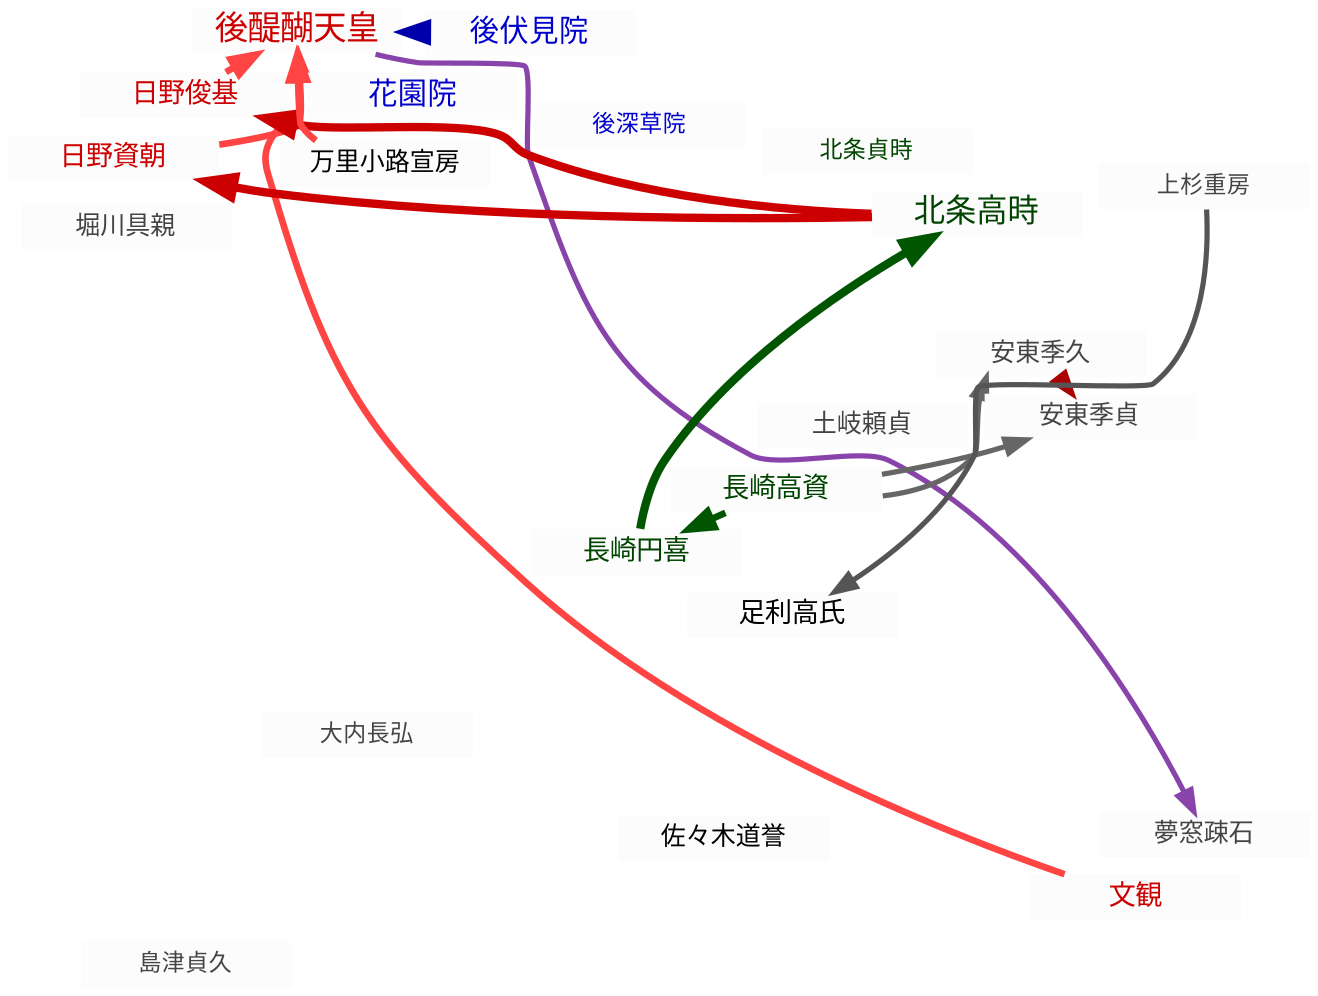
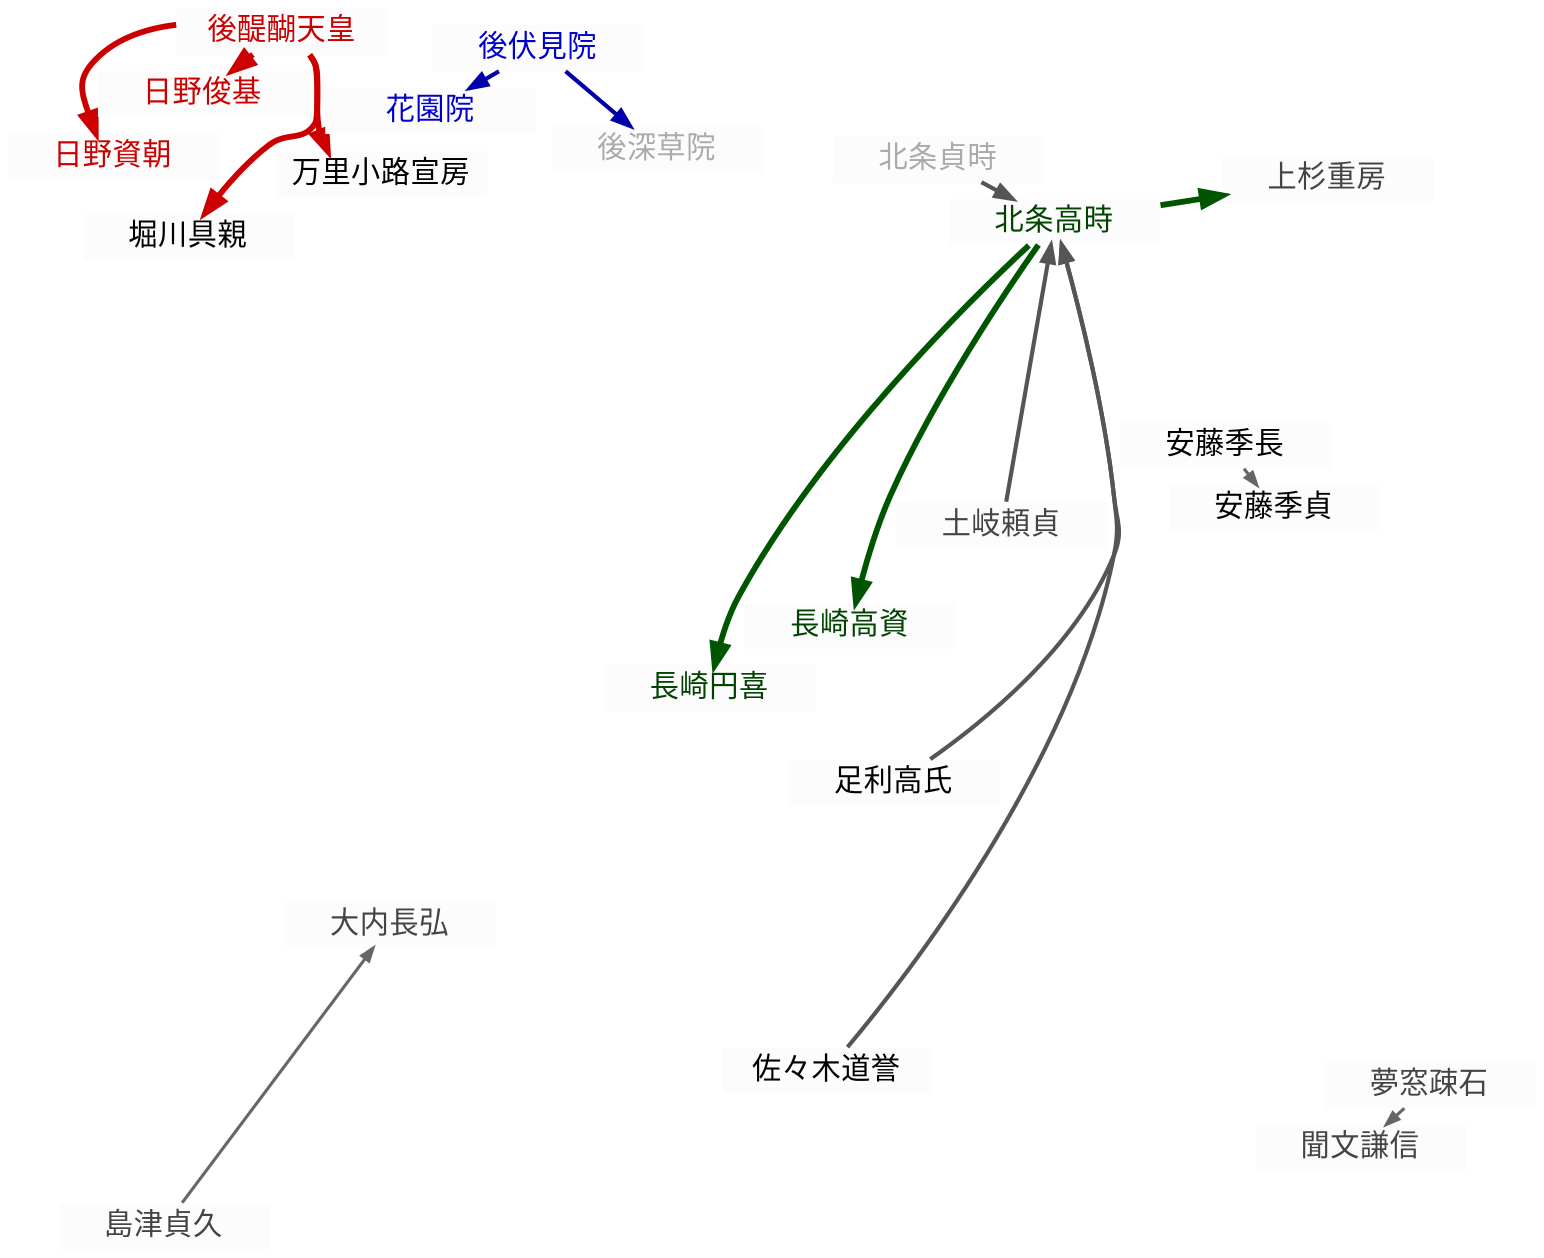
digraph timeline_1324_09 {
    # 1. 全体設定
    graph [
        charset = "UTF-8";
        layout = neato;
        overlap = false;
        sep = "+4";
        bgcolor = "#ffffff";
        splines = true;
    ];

    # 2. ノードデフォルト設定
    node [
        shape = box;
        style = "filled";
        fillcolor = "#fcfcfc";
        color = "#fcfcfc";
        penwidth = 0.1;
        fontname = "sans-serif";
        width = 1.4;
        height = 0.3;
        fixedsize = true;
    ];

    # 3. エッジデフォルト設定
    edge [
        dir = forward;
        arrowhead = normal;
        fontname = "sans-serif";
-         fontsize = 10;
    ];

-     # ==========================================
-     # 4. ノード定義 (CSVのX,Y座標をそのままposに反映)
-     # ==========================================
+     # 4. ノード定義
+     # 大覚寺統・討幕過激派
+     godaigo_tenno        [label="後醍醐天皇", pos="-4.82,6.44!", fontcolor="#cc0000", tooltip="大覚寺統。討幕を画策する。", URL="https://ja.wikipedia.org/wiki/後醍醐天皇", target="_blank"];
+     hino_suketomo        [label="日野資朝", pos="-5.88,5.62!", fontcolor="#cc0000", tooltip="討幕計画の主要人物。", URL="https://ja.wikipedia.org/wiki/日野資朝", target="_blank"];
+     hino_toshimoto       [label="日野俊基", pos="-5.41,5.94!", fontcolor="#cc0000", tooltip="討幕計画の主要人物。", URL="https://ja.wikipedia.org/wiki/日野俊基", target="_blank"];
+     madenokoji_nobufusa  [label="万里小路宣房", pos="-4.12,5.21!", fontcolor="#000000", tooltip="後醍醐の側近。", URL="https://ja.wikipedia.org/wiki/万里小路宣房", target="_blank"];
+     horikawa_tomochika   [label="堀川具親", pos="-5.15,4.85!", fontcolor="#000000", tooltip="公卿。", URL="https://ja.wikipedia.org/wiki/堀川具親", target="_blank"];

-     # --- 大覚寺統・討幕過激派 (fontcolor = "#cc0000") ---
-     godaigo_tenno        [label="後醍醐天皇", pos="-4.82,6.44!", fontcolor="#cc0000", fontsize=16, tooltip="大覚寺統の天皇。密かに討幕を計画。", URL="https://ja.wikipedia.org/wiki/後醍醐天皇", target="_blank"];
-     hino_suketomo        [label="日野資朝", pos="-5.88,5.62!", fontcolor="#cc0000", fontsize=13, tooltip="天皇の側近。無礼講を主宰し討幕を謀る。", URL="https://ja.wikipedia.org/wiki/日野資朝", target="_blank"];
-     hino_toshimoto       [label="日野俊基", pos="-5.41,5.94!", fontcolor="#cc0000", fontsize=13, tooltip="天皇の側近。資朝とともに討幕運動を推進。", URL="https://ja.wikipedia.org/wiki/日野俊基", target="_blank"];
-     monbun_kenshin       [label="文観", pos="5.82,-4.42!", fontcolor="#cc0000", fontsize=13, tooltip="醍醐寺の僧。真言密教を以て後醍醐を祈祷・調伏で支える。", URL="https://ja.wikipedia.org/wiki/文観", target="_blank"];
+     # 持明院統
+     gofushimi_in         [label="後伏見院", pos="-2.81,6.14!", fontcolor="#0000cc", tooltip="持明院統。幕府の支持を受ける。", URL="https://ja.wikipedia.org/wiki/後伏見天皇", target="_blank"];
+     hanazono_in          [label="花園院", pos="-3.24,5.88!", fontcolor="#0000cc", tooltip="持明院統。", URL="https://ja.wikipedia.org/wiki/花園天皇", target="_blank"];
+     gofukakusa_in        [label="後深草院", pos="-2.11,5.66!", fontcolor="#aaaaaa", tooltip="持明院統。", URL="https://ja.wikipedia.org/wiki/後深草天皇", target="_blank"];

-     # --- 持明院統 (fontcolor = "#0000cc") ---
-     gofushimi_in         [label="後伏見院", pos="-2.81,6.14!", fontcolor="#0000cc", fontsize=14, tooltip="持明院統の院。大覚寺統の動きを警戒。", URL="https://ja.wikipedia.org/wiki/後伏見天皇", target="_blank"];
-     hanazono_in          [label="花園院", pos="-3.24,5.88!", fontcolor="#0000cc", fontsize=14, tooltip="持明院統の院。政情不安を深く憂慮。", URL="https://ja.wikipedia.org/wiki/花園天皇", target="_blank"];
-     gofukakusa_in        [label="後深草院", pos="-2.11,5.66!", fontcolor="#0000cc", fontsize=11, tooltip="持明院統の源流（この月で退場）。", URL="https://ja.wikipedia.org/wiki/後深草天皇", target="_blank"];
+     # 鎌倉幕府
+     hojo_takatoki        [label="北条高時", pos="2.41,4.89!", fontcolor="#004400", tooltip="鎌倉幕府得宗。", URL="https://ja.wikipedia.org/wiki/北条高時", target="_blank"];
+     hojo_sadatoki        [label="北条貞時", pos="1.98,5.12!", fontcolor="#aaaaaa", tooltip="鎌倉幕府得宗。", URL="https://ja.wikipedia.org/wiki/北条貞時", target="_blank"];
+     nagasaki_takasuke    [label="長崎高資", pos="0.24,0.48!", fontcolor="#004400", tooltip="鎌倉幕府内管領。", URL="https://ja.wikipedia.org/wiki/長崎高資", target="_blank"];
+     nagasaki_enki        [label="長崎円喜", pos="-0.12,0.32!", fontcolor="#004400", tooltip="鎌倉幕府内管領。", URL="https://ja.wikipedia.org/wiki/長崎円喜", target="_blank"];
+     uesugi_shigefusa     [label="上杉重房", pos="5.42,5.12!", fontcolor="#444444", tooltip="有力御家人。", URL="https://ja.wikipedia.org/wiki/上杉重房", target="_blank"];

-     # --- 鎌倉幕府中枢 (fontcolor = "#004400") ---
-     hojo_takatoki        [label="北条高時", pos="2.41,4.89!", fontcolor="#004400", fontsize=15, tooltip="鎌倉幕府第14代執権。得宗。", URL="https://ja.wikipedia.org/wiki/北条高時", target="_blank"];
-     hojo_sadatoki        [label="北条貞時", pos="1.98,5.12!", fontcolor="#004400", fontsize=11, tooltip="先代得宗（この月で退場）。", URL="https://ja.wikipedia.org/wiki/北条貞時", target="_blank"];
-     nagasaki_enki        [label="長崎円喜", pos="-0.12,0.32!", fontcolor="#004400", fontsize=13, tooltip="得宗家内管領。実質的な幕政の最高権力者。", URL="https://ja.wikipedia.org/wiki/長崎円喜", target="_blank"];
-     nagasaki_takasuke    [label="長崎高資", pos="0.24,0.48!", fontcolor="#004400", fontsize=13, tooltip="円喜の子。内管領として権勢を振るう。", URL="https://ja.wikipedia.org/wiki/長崎高資", target="_blank"];
+     # 武士・その他
+     ando_suehisa         [label="安藤季長", pos="4.52,2.41!", fontcolor="#000000", tooltip="安藤氏の乱当事者。", URL="https://ja.wikipedia.org/wiki/安藤氏_(鎌倉時代)", target="_blank"];
+     ando_suesada         [label="安藤季貞", pos="4.88,1.95!", fontcolor="#000000", tooltip="安藤氏の乱当事者。", URL="https://ja.wikipedia.org/wiki/安藤氏_(鎌倉時代)", target="_blank"];
+     ashikaga_takauji     [label="足利高氏", pos="1.15,-0.85!", fontcolor="#000000", tooltip="鎌倉幕府の有力御家人。", URL="https://ja.wikipedia.org/wiki/足利尊氏", target="_blank"];
+     sasaki_doyo          [label="佐々木道誉", pos="0.68,-3.62!", fontcolor="#000000", tooltip="幕府の有力御家人。", URL="https://ja.wikipedia.org/wiki/佐々木道誉", target="_blank"];
+     toki_yorisada        [label="土岐頼貞", pos="2.12,1.65!", fontcolor="#444444", tooltip="有力武士。", URL="https://ja.wikipedia.org/wiki/土岐頼貞", target="_blank"];
+     shimazu_sadahisa     [label="島津貞久", pos="-5.72,-5.12!", fontcolor="#444444", tooltip="有力武士。", URL="https://ja.wikipedia.org/wiki/島津貞久", target="_blank"];
+     ouchi_nagahiro       [label="大内長弘", pos="-3.45,-2.12!", fontcolor="#444444", tooltip="有力武士。", URL="https://ja.wikipedia.org/wiki/大内長弘", target="_blank"];
+     muso_soseki          [label="夢窓疎石", pos="6.45,-3.85!", fontcolor="#444444", tooltip="禅僧。", URL="https://ja.wikipedia.org/wiki/夢窓疎石", target="_blank"];
+     monbun_kenshin       [label="聞文謙信", pos="5.82,-4.42!", fontcolor="#444444", tooltip="僧侶。", URL="https://ja.wikipedia.org/wiki/聞文謙信", target="_blank"];

-     # --- 主要実務派・主要武士 (fontcolor = "#000000") ---
-     madenokoji_nobufusa  [label="万里小路宣房", pos="-4.12,5.21!", fontcolor="#000000", fontsize=12, tooltip="後醍醐天皇の側近。実務派公卿。", URL="https://ja.wikipedia.org/wiki/万里小路宣房", target="_blank"];
-     ashikaga_takauji     [label="足利高氏", pos="1.15,-0.85!", fontcolor="#000000", fontsize=13, tooltip="足利宗家嫡男。後の足利尊氏。動向を注視。", URL="https://ja.wikipedia.org/wiki/足利尊氏", target="_blank"];
-     sasaki_doyo          [label="佐々木道誉", pos="0.68,-3.62!", fontcolor="#000000", fontsize=12, tooltip="近江の有力御家人。ばさら大名の片鱗。", URL="https://ja.wikipedia.org/wiki/佐々木道誉", target="_blank"];
+     # 5. エッジ定義
+     # 重要度：太（指令・統制）
+     edge [penwidth=2.8, arrowsize=1.0, color="#cc0000"];
+     godaigo_tenno -> hino_suketomo [tooltip="討幕計画の指令。"];
+     godaigo_tenno -> hino_toshimoto [tooltip="討幕計画の指令。"];
+     godaigo_tenno -> madenokoji_nobufusa [tooltip="後醍醐の側近。"];
+     godaigo_tenno -> horikawa_tomochika [tooltip="宮方の公卿。"];

-     # --- 諸国武士・周辺・文化宗教 (fontcolor = "#444444") ---
-     horikawa_tomochika   [label="堀川具親", pos="-5.15,4.85!", fontcolor="#444444", fontsize=12, tooltip="公卿。正中の変に関与し処分される。", URL="https://ja.wikipedia.org/wiki/堀川具親", target="_blank"];
-     ando_suehisa         [label="安東季久", pos="4.52,2.41!", fontcolor="#444444", fontsize=12, tooltip="津軽安藤氏の当主。蝦夷沙汰職を巡り内紛中。", URL="https://ja.wikipedia.org/wiki/安東季久", target="_blank"];
-     ando_suesada         [label="安東季貞", pos="4.88,1.95!", fontcolor="#444444", fontsize=12, tooltip="季久の従兄弟。得宗御内人として季久と係争。", URL="https://ja.wikipedia.org/wiki/安東氏の乱", target="_blank"];
-     toki_yorisada        [label="土岐頼貞", pos="2.12,1.65!", fontcolor="#444444", fontsize=12, tooltip="美濃守護。一族が正中の変に関与。", URL="https://ja.wikipedia.org/wiki/土岐頼貞", target="_blank"];
-     shimazu_sadahisa     [label="島津貞久", pos="-5.72,-5.12!", fontcolor="#444444", fontsize=11, tooltip="薩摩の有力御家人。", URL="https://ja.wikipedia.org/wiki/島津貞久", target="_blank"];
-     ouchi_nagahiro       [label="大内長弘", pos="-3.45,-2.12!", fontcolor="#444444", fontsize=11, tooltip="周防の武士。", URL="https://ja.wikipedia.org/wiki/大内長弘", target="_blank"];
-     muso_soseki          [label="夢窓疎石", pos="6.45,-3.85!", fontcolor="#444444", fontsize=12, tooltip="高徳の禅僧。後醍醐天皇や幕府から帰依を受ける。", URL="https://ja.wikipedia.org/wiki/夢窓疎石", target="_blank"];
-     uesugi_shigefusa     [label="上杉重房", pos="5.42,5.12!", fontcolor="#444444", fontsize=11, tooltip="足利氏に仕える宿老。", URL="https://ja.wikipedia.org/wiki/上杉重房", target="_blank"];
+     edge [color="#005500"];
+     hojo_takatoki -> nagasaki_takasuke [tooltip="幕府の支配体制。"];
+     hojo_takatoki -> nagasaki_enki [tooltip="幕府の支配体制。"];
+     hojo_takatoki -> uesugi_shigefusa [tooltip="鎌倉幕府の有力御家人。"];

-     # ==========================================
-     # 5. エッジ定義 (labelを廃止、tooltipへ集約)
-     # ==========================================
+     # 重要度：中（連帯・君臣）
+     edge [penwidth=2.0, arrowsize=0.8, color="#555555"];
+     hojo_sadatoki -> hojo_takatoki [tooltip="得宗家嫡流。"];
+     ashikaga_takauji -> hojo_takatoki [tooltip="将軍への忠誠。"];
+     sasaki_doyo -> hojo_takatoki [tooltip="幕府御家人としての関係。"];
+     toki_yorisada -> hojo_takatoki [tooltip="有力武士。"];

-     # 【重要度：太】中枢の支配・計画検挙
-     nagasaki_enki -> hojo_takatoki [penwidth=4.0, arrowsize=1.4, color="#005500", tooltip="内管領として得宗高時を圧倒的に主導（後見・主導）"];
-     hojo_takatoki -> hino_suketomo [penwidth=4.0, arrowsize=1.4, color="#cc0000", tooltip="討幕の計画を察知し、六波羅探題を動かして日野資朝らを検挙・連行（捕縛・検挙）"];
-     hojo_takatoki -> hino_toshimoto [penwidth=4.0, arrowsize=1.4, color="#cc0000", tooltip="資朝とともに俊基も鎌倉へ連行（捕縛・検挙）"];
+     edge [color="#0000aa"];
+     gofushimi_in -> hanazono_in [tooltip="持明院統の連携。"];
+     gofushimi_in -> gofukakusa_in [tooltip="持明院統の先祖。"];

-     # 【重要度：中】主従関係、明確な同心・対立
-     hino_suketomo -> godaigo_tenno [penwidth=3.2, arrowsize=1.2, color="#ff4444", tooltip="無礼講などを通じて天皇の討幕意志に同心（討幕密議）"];
-     hino_toshimoto -> godaigo_tenno [penwidth=3.2, arrowsize=1.2, color="#ff4444", tooltip="資朝とともに討幕のネットワークを画策（討幕密議）"];
-     madenokoji_nobufusa -> godaigo_tenno [penwidth=3.2, arrowsize=1.2, color="#ff4444", tooltip="側近（後醍醐の「後の三房」の一人）として実務面から朝政を支える（君臣・側近）"];
-     monbun_kenshin -> godaigo_tenno [penwidth=3.2, arrowsize=1.2, color="#ff4444", tooltip="真言密教による調伏・祈祷で後醍醐を精神的・謀略的に支援（討幕祈祷）"];
-     nagasaki_takasuke -> nagasaki_enki [penwidth=3.2, arrowsize=1.2, color="#005500", tooltip="父子で得宗家および幕府の実権を掌握（共同幕政）"];
-     gofushimi_in -> godaigo_tenno [penwidth=3.2, arrowsize=1.2, color="#0000aa", tooltip="皇位継承を巡り、大覚寺統の後醍醐天皇の動向を激しく警戒（持明院統による警戒）"];
- 
-     # 【重要度：細】間接的な関与・師弟・内紛
-     nagasaki_takasuke -> ando_suehisa [penwidth=2.5, arrowsize=1.0, color="#666666", tooltip="安藤氏の内紛において双方から賄賂を受け取り、混乱を拡大させる（汚職・不公正裁定）"];
-     nagasaki_takasuke -> ando_suesada [penwidth=2.5, arrowsize=1.0, color="#666666", tooltip="季久と同様に、高資の汚職工作の対象となる（汚職・不公正裁定）"];
-     ando_suehisa -> ando_suesada [penwidth=2.5, arrowsize=1.0, color="#aa0000", tooltip="蝦夷沙汰職を巡る津軽の激しい内紛。幕府の権威失墜の遠因（安東氏の乱）"];
-     godaigo_tenno -> muso_soseki [penwidth=2.5, arrowsize=1.0, color="#8844aa", tooltip="優れた禅僧として宮廷に召し出すなど深く信頼（帰依・召聘）"];
-     uesugi_shigefusa -> ashikaga_takauji [penwidth=2.5, arrowsize=1.0, color="#555555", tooltip="足利宗家に仕え、一族を支える土台となる（内臣・宿老）"];
+     # 重要度：細（一門・周辺連携）
+     edge [penwidth=1.5, arrowsize=0.6, color="#666666"];
+     ando_suehisa -> ando_suesada [tooltip="安藤氏一門。"];
+     muso_soseki -> monbun_kenshin [tooltip="禅僧と僧侶。"];
+     shimazu_sadahisa -> ouchi_nagahiro [tooltip="諸国の有力武士。"];
}